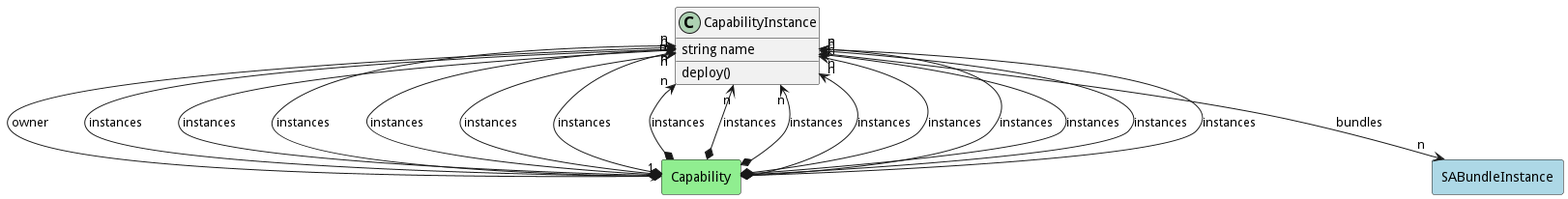
Earlier version of the PlantUML export docs/sabr/aml/cm/models/capabilityinstance/logical.png (madajaju/sabr).
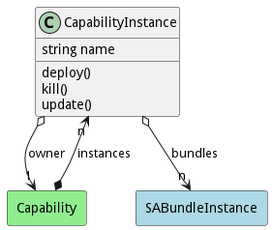
Later version of the same file.

What changed in the source:
```diff
@@ -4,6 +4,8 @@
  string name
 
  deploy()
+ kill()
+ update()
 
 }
 
@@ -26,75 +28,5 @@
 
         Capability   *--> "n" Model : "instances"
 
-    rectangle "Capability" as Capability #lightgreen {
-    }
-
-        Capability   *--> "n" Model : "instances"
-
-    rectangle "Capability" as Capability #lightgreen {
-    }
-
-        Capability   *--> "n" Model : "instances"
-
-    rectangle "Capability" as Capability #lightgreen {
-    }
-
-        Capability   *--> "n" Model : "instances"
-
-    rectangle "Capability" as Capability #lightgreen {
-    }
-
-        Capability   *--> "n" Model : "instances"
-
-    rectangle "Capability" as Capability #lightgreen {
-    }
-
-        Capability   *--> "n" Model : "instances"
-
-    rectangle "Capability" as Capability #lightgreen {
-    }
-
-        Capability   *--> "n" Model : "instances"
-
-    rectangle "Capability" as Capability #lightgreen {
-    }
-
-        Capability   *--> "n" Model : "instances"
-
-    rectangle "Capability" as Capability #lightgreen {
-    }
-
-        Capability   *--> "n" Model : "instances"
-
-    rectangle "Capability" as Capability #lightgreen {
-    }
-
-        Capability   *--> "n" Model : "instances"
-
-    rectangle "Capability" as Capability #lightgreen {
-    }
-
-        Capability   *--> "n" Model : "instances"
-
-    rectangle "Capability" as Capability #lightgreen {
-    }
-
-        Capability   *--> "n" Model : "instances"
-
-    rectangle "Capability" as Capability #lightgreen {
-    }
-
-        Capability   *--> "n" Model : "instances"
-
-    rectangle "Capability" as Capability #lightgreen {
-    }
-
-        Capability   *--> "n" Model : "instances"
-
-    rectangle "Capability" as Capability #lightgreen {
-    }
-
-        Capability   *--> "n" Model : "instances"
-
 
 @enduml
```
